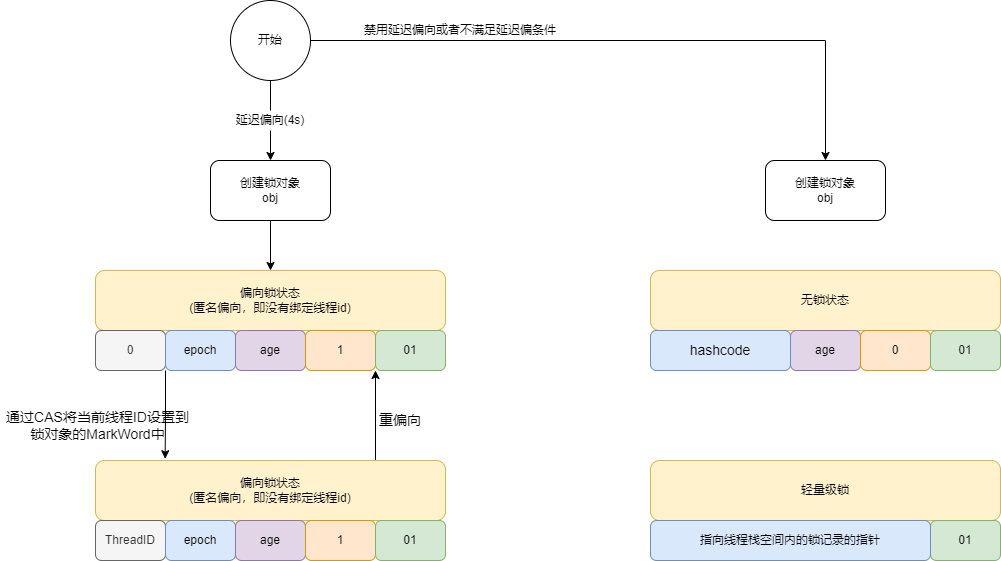
Above: 多线程与高并发/synchronized.png in LePeitiPrince/note-picture (draw.io), before the change. Source tidied: cells renumbered, new cells last; positions are measured from the earlier drawing's top-left corner, leaving out a move shared by most shapes.
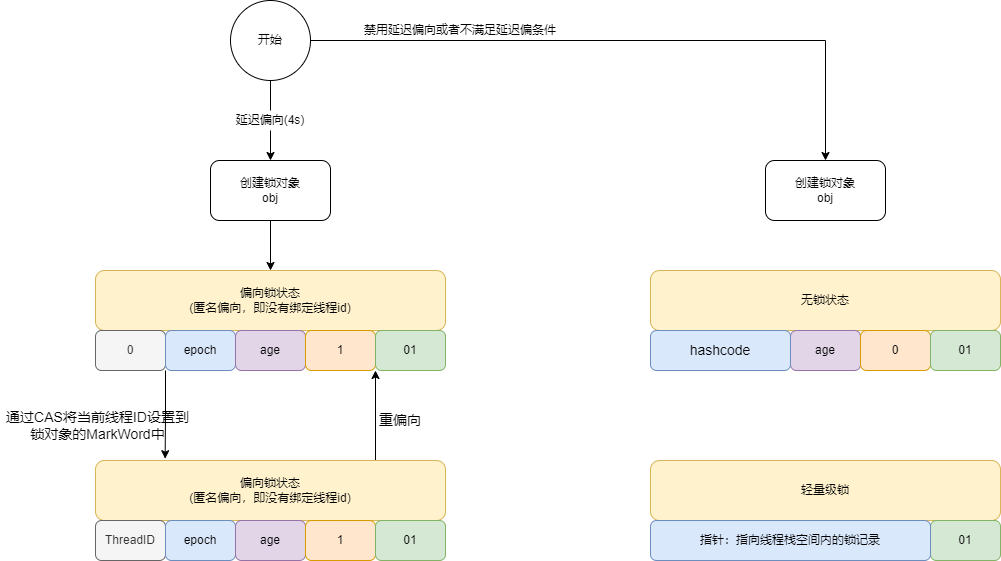
After the commit.

The edit, as a diff of the source:
```diff
@@ -100,7 +100,7 @@
     <mxCell id="33" value="01" style="rounded=1;whiteSpace=wrap;html=1;fillColor=#d5e8d4;strokeColor=#82b366;" parent="1" vertex="1">
       <mxGeometry x="930" y="520" width="70" height="40" as="geometry" />
     </mxCell>
-    <mxCell id="34" value="指向线程栈空间内的锁记录的指针" style="rounded=1;whiteSpace=wrap;html=1;fillColor=#dae8fc;strokeColor=#6c8ebf;" parent="1" vertex="1">
+    <mxCell id="34" value="指针：指向线程栈空间内的锁记录" style="rounded=1;whiteSpace=wrap;html=1;fillColor=#dae8fc;strokeColor=#6c8ebf;" parent="1" vertex="1">
       <mxGeometry x="650" y="520" width="280" height="40" as="geometry" />
     </mxCell>
   </root>
```
